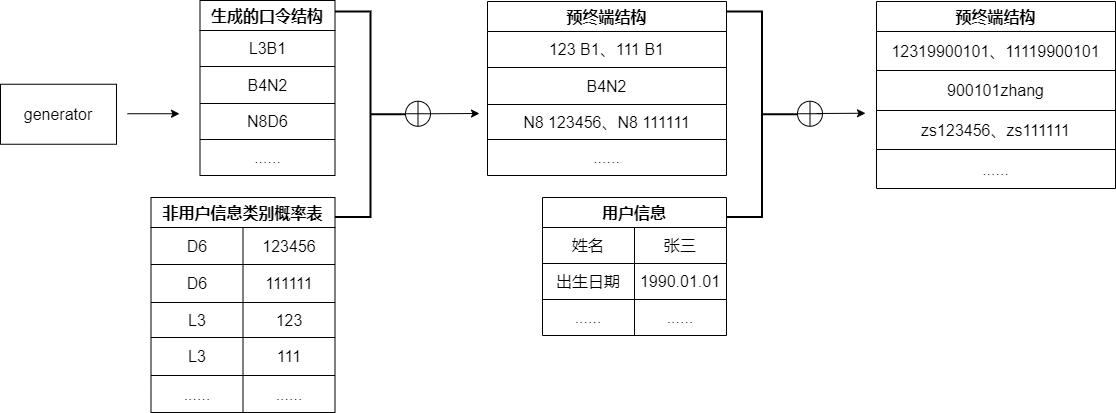
lakomi/pictures keeps this draw.io diagram as seqgan-fill.drawio.png. Above is the earlier version. Source tidied: cells renumbered, new cells last; positions are measured from the earlier drawing's top-left corner, leaving out a move shared by most shapes.
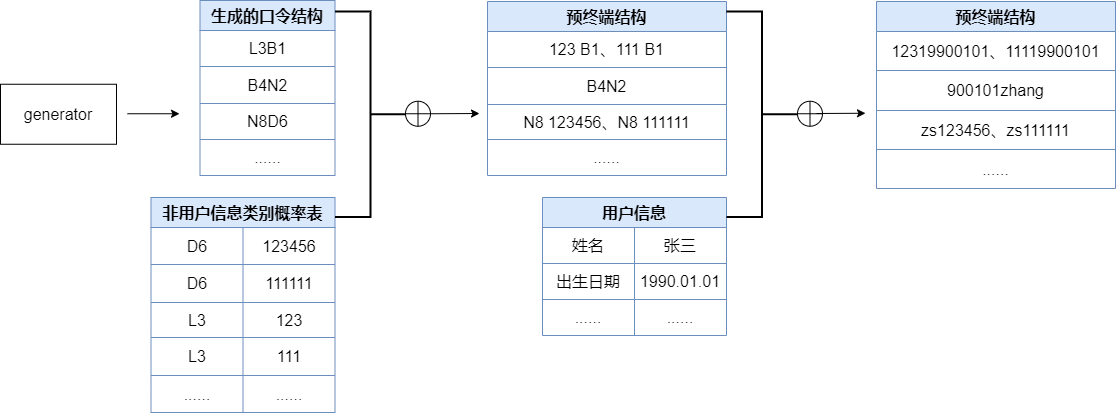
The same diagram one commit later.

Change to the diagram source:
```diff
@@ -5,7 +5,7 @@
     <mxCell id="2" value="generator" style="rounded=0;whiteSpace=wrap;html=1;fontSize=16;strokeWidth=1;" parent="1" vertex="1">
       <mxGeometry y="83.8" width="116" height="60" as="geometry" />
     </mxCell>
-    <mxCell id="3" value="生成的口令结构" style="shape=table;startSize=30;fontStyle=1;align=center;fontSize=16;strokeWidth=1;" parent="1" vertex="1">
+    <mxCell id="3" value="生成的口令结构" style="shape=table;startSize=30;fontStyle=1;align=center;fontSize=16;strokeWidth=1;fillColor=#dae8fc;strokeColor=#6c8ebf;" parent="1" vertex="1">
       <mxGeometry x="199.5" width="135" height="175" as="geometry" />
     </mxCell>
     <mxCell id="4" style="shape=tableRow;horizontal=0;startSize=0;swimlaneHead=0;swimlaneBody=0;top=0;left=0;bottom=0;right=0;fillColor=none;fontSize=16;strokeWidth=1;" parent="3" vertex="1">
@@ -32,7 +32,7 @@
     <mxCell id="11" value="......" style="shape=partialRectangle;html=1;whiteSpace=wrap;fillColor=none;top=0;left=0;bottom=0;right=0;overflow=hidden;fontSize=16;strokeWidth=1;" parent="10" vertex="1">
       <mxGeometry width="135" height="36" as="geometry" />
     </mxCell>
-    <mxCell id="12" value="预终端结构" style="shape=table;startSize=30;fontStyle=1;align=center;fontSize=16;strokeWidth=1;" parent="1" vertex="1">
+    <mxCell id="12" value="预终端结构" style="shape=table;startSize=30;fontStyle=1;align=center;fontSize=16;strokeWidth=1;fillColor=#dae8fc;strokeColor=#6c8ebf;" parent="1" vertex="1">
       <mxGeometry x="487" y="1" width="239" height="174" as="geometry" />
     </mxCell>
     <mxCell id="13" style="shape=tableRow;horizontal=0;startSize=0;swimlaneHead=0;swimlaneBody=0;top=0;left=0;bottom=0;right=0;fillColor=none;fontSize=16;strokeWidth=1;" parent="12" vertex="1">
@@ -59,7 +59,7 @@
     <mxCell id="20" value="......" style="shape=partialRectangle;html=1;whiteSpace=wrap;fillColor=none;top=0;left=0;bottom=0;right=0;overflow=hidden;fontSize=16;strokeWidth=1;" parent="19" vertex="1">
       <mxGeometry width="239" height="36" as="geometry" />
     </mxCell>
-    <mxCell id="21" value="非用户信息类别概率表" style="shape=table;startSize=30;fontStyle=1;align=center;fontSize=16;strokeWidth=1;" parent="1" vertex="1">
+    <mxCell id="21" value="非用户信息类别概率表" style="shape=table;startSize=30;fontStyle=1;align=center;fontSize=16;strokeWidth=1;fillColor=#dae8fc;strokeColor=#6c8ebf;" parent="1" vertex="1">
       <mxGeometry x="150.5" y="197" width="184" height="215" as="geometry" />
     </mxCell>
     <mxCell id="22" style="shape=tableRow;horizontal=0;startSize=0;swimlaneHead=0;swimlaneBody=0;top=0;left=0;bottom=0;right=0;fillColor=none;fontSize=16;strokeWidth=1;" parent="21" vertex="1">
@@ -107,7 +107,7 @@
     <mxCell id="36" value="......" style="shape=partialRectangle;html=1;whiteSpace=wrap;fillColor=none;top=0;left=0;bottom=0;right=0;overflow=hidden;fontSize=16;strokeWidth=1;" parent="34" vertex="1">
       <mxGeometry x="92" width="92" height="37" as="geometry" />
     </mxCell>
-    <mxCell id="37" value="用户信息" style="shape=table;startSize=30;fontStyle=1;align=center;fontSize=16;strokeWidth=1;" parent="1" vertex="1">
+    <mxCell id="37" value="用户信息" style="shape=table;startSize=30;fontStyle=1;align=center;fontSize=16;strokeWidth=1;fillColor=#dae8fc;strokeColor=#6c8ebf;" parent="1" vertex="1">
       <mxGeometry x="542" y="197" width="184" height="138" as="geometry" />
     </mxCell>
     <mxCell id="38" style="shape=tableRow;horizontal=0;startSize=0;swimlaneHead=0;swimlaneBody=0;top=0;left=0;bottom=0;right=0;fillColor=none;fontSize=16;strokeWidth=1;" parent="37" vertex="1">
@@ -137,7 +137,7 @@
     <mxCell id="46" value="......" style="shape=partialRectangle;html=1;whiteSpace=wrap;fillColor=none;top=0;left=0;bottom=0;right=0;overflow=hidden;fontSize=16;strokeWidth=1;" parent="44" vertex="1">
       <mxGeometry x="92" width="92" height="36" as="geometry" />
     </mxCell>
-    <mxCell id="47" value="预终端结构" style="shape=table;startSize=30;fontStyle=1;align=center;fontSize=16;strokeWidth=1;" parent="1" vertex="1">
+    <mxCell id="47" value="预终端结构" style="shape=table;startSize=30;fontStyle=1;align=center;fontSize=16;strokeWidth=1;fillColor=#dae8fc;strokeColor=#6c8ebf;" parent="1" vertex="1">
       <mxGeometry x="876" y="1" width="239" height="187" as="geometry" />
     </mxCell>
     <mxCell id="48" style="shape=tableRow;horizontal=0;startSize=0;swimlaneHead=0;swimlaneBody=0;top=0;left=0;bottom=0;right=0;fillColor=none;fontSize=16;strokeWidth=1;" parent="47" vertex="1">
```
